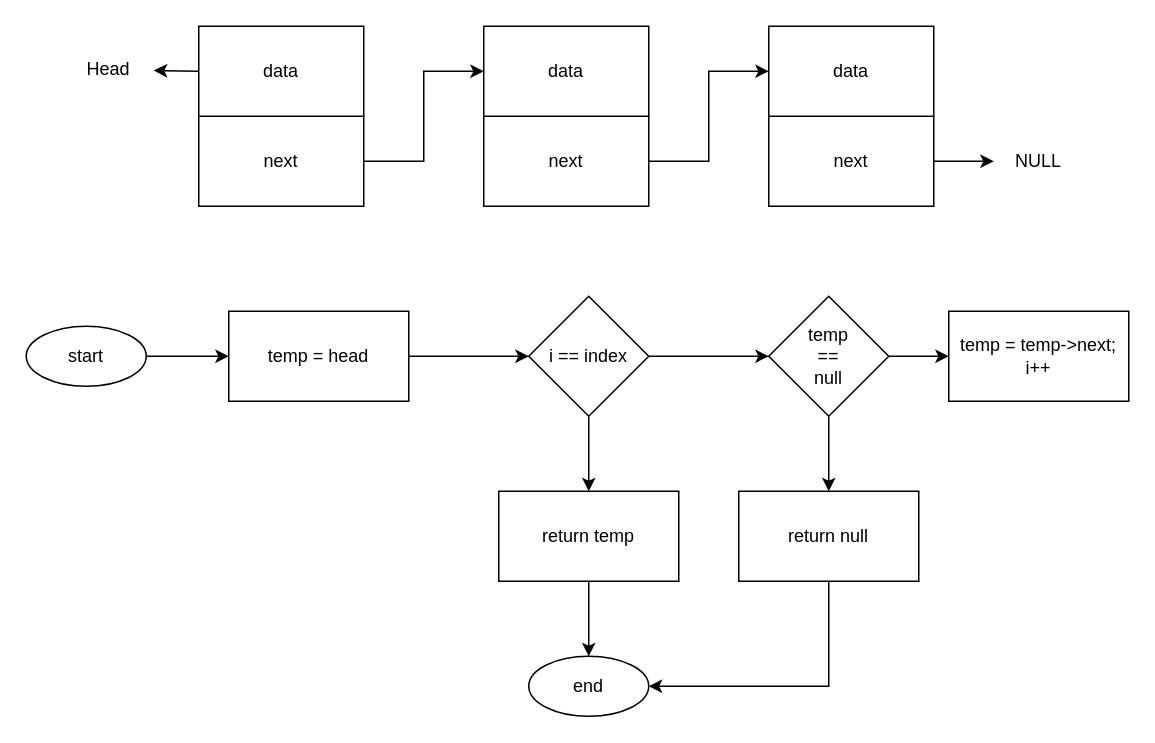
Earlier version of the draw.io diagram get the nth node of linked list.drawio (tenyapious/whiteboarding-flowchart). Source tidied: cells renumbered, new cells numbered last; positions are measured from the earlier drawing's top-left corner, leaving out a move shared by most shapes. Both pictures are drawn from the tidied source at 150%, with x=0, y=0 at pixel (26, 26).
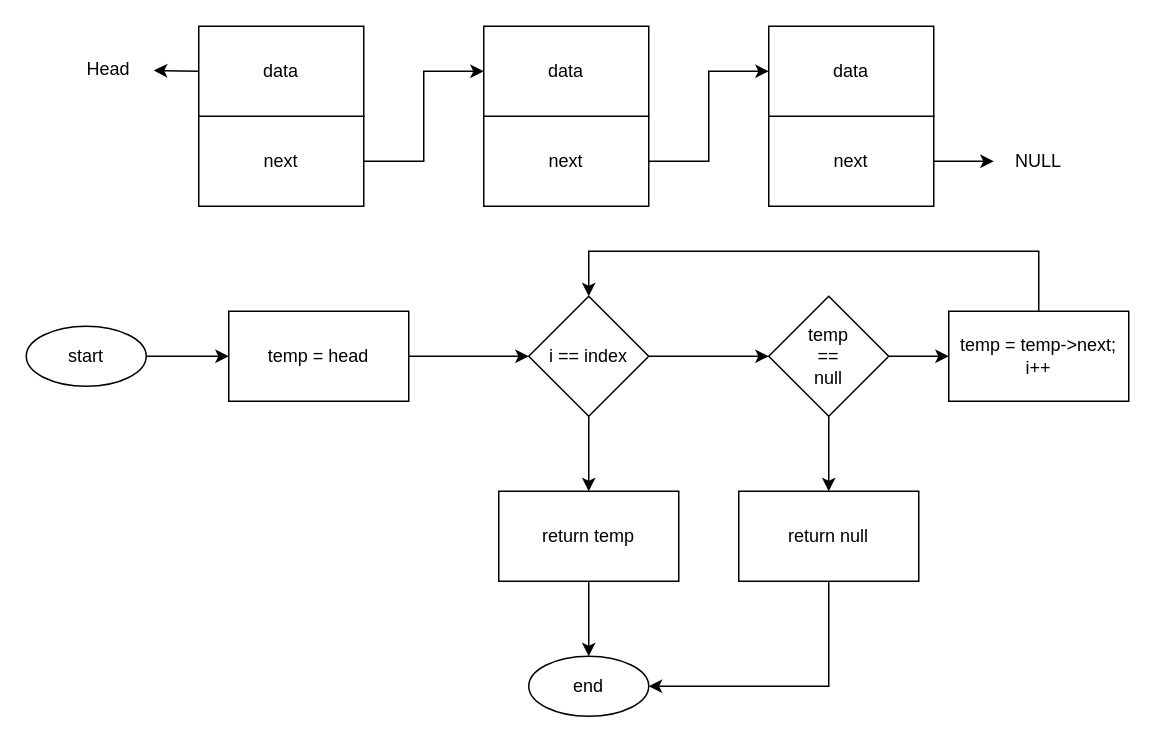
Above is the later version.

Commit message:
add loop direction arrow

The change refers to these unchanged cells:
```xml
<mxCell id="25" value="i == index" style="rhombus;whiteSpace=wrap;html=1;" parent="1" vertex="1">
  <mxGeometry x="335" y="180" width="80" height="80" as="geometry" />
</mxCell>
<mxCell id="28" value="temp = temp-&amp;gt;next;&lt;br&gt;i++" style="rounded=0;whiteSpace=wrap;html=1;" parent="1" vertex="1">
  <mxGeometry x="615" y="190" width="120" height="60" as="geometry" />
</mxCell>
```

The edit, as a diff of the source:
```diff
@@
+    <mxCell id="30" style="edgeStyle=orthogonalEdgeStyle;rounded=0;jettySize=auto;html=1;exitX=0.5;exitY=0;exitDx=0;exitDy=0;entryX=0.5;entryY=0;entryDx=0;entryDy=0;" parent="1" edge="1" source="28" target="25">
+      <mxGeometry relative="1" as="geometry">
+        <Array as="points">
+          <mxPoint x="675" y="150" />
+          <mxPoint x="375" y="150" />
+        </Array>
+      </mxGeometry>
+    </mxCell>
```
